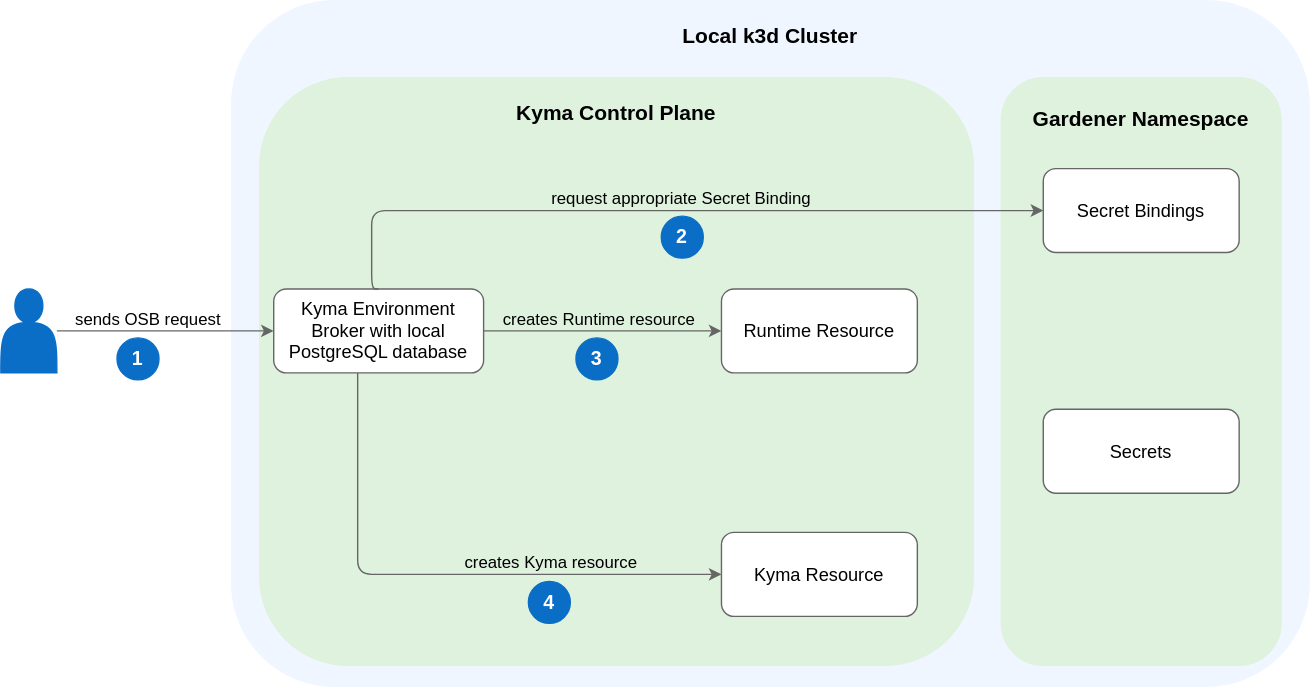
Before: docs/assets/local-keb-arch.drawio.svg, a diagram exported from draw.io (kyma-project/kyma-environment-broker). Source tidied: cells renumbered, new cells last; positions are measured from the earlier drawing's top-left corner, leaving out a move shared by most shapes.
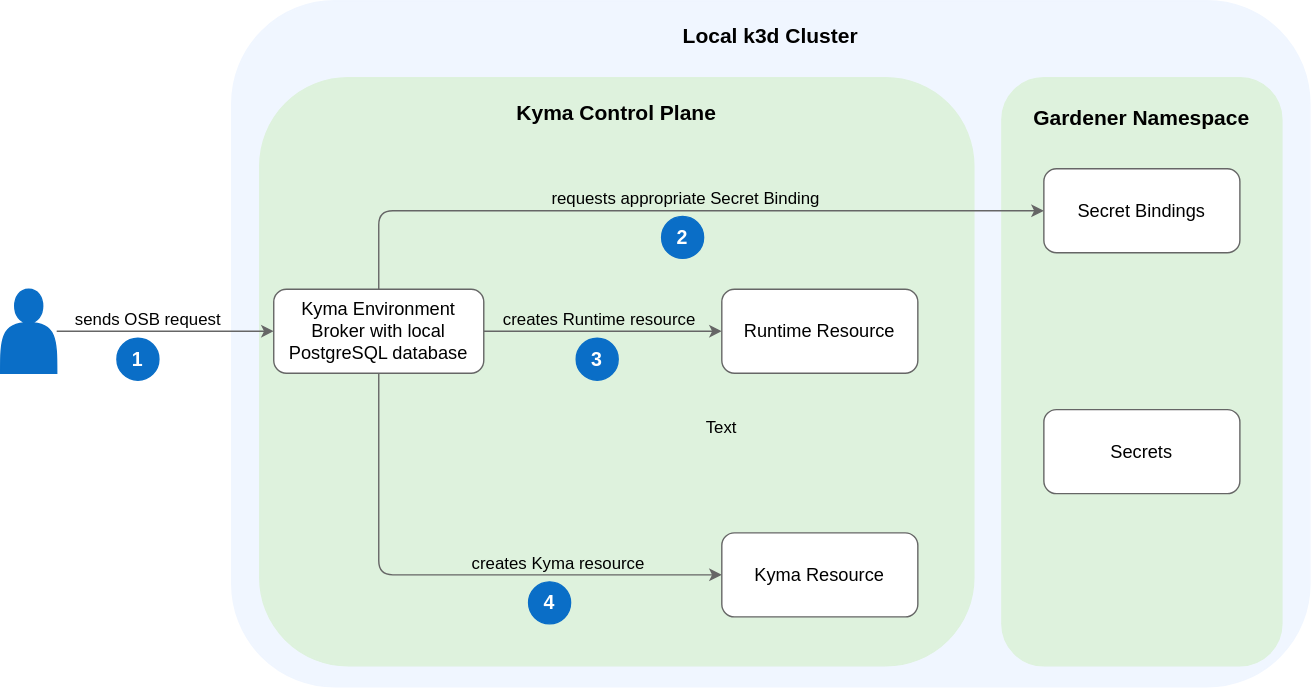
Above is the later version.

Commit message:
Change diagram description

Diff of the diagram source:
```diff
@@ -22,7 +22,7 @@
     <mxCell id="7" style="edgeStyle=orthogonalEdgeStyle;rounded=1;jettySize=auto;html=1;entryX=0;entryY=0.5;entryDx=0;entryDy=0;strokeColor=#666666;" parent="1" edge="1" source="9" target="20">
       <mxGeometry relative="1" as="geometry">
         <Array as="points">
-          <mxPoint x="255" y="410" />
+          <mxPoint x="270" y="410" />
         </Array>
       </mxGeometry>
     </mxCell>
@@ -74,11 +74,11 @@
     <mxCell id="23" style="edgeStyle=orthogonalEdgeStyle;rounded=1;jettySize=auto;html=1;entryX=0;entryY=0.5;entryDx=0;entryDy=0;strokeColor=#666666;exitX=0.5;exitY=0;exitDx=0;exitDy=0;" parent="1" edge="1" source="9" target="21">
       <mxGeometry relative="1" as="geometry">
         <Array as="points">
-          <mxPoint x="265" y="150" />
+          <mxPoint x="270" y="150" />
         </Array>
       </mxGeometry>
     </mxCell>
-    <mxCell id="24" value="&lt;font style=&quot;font-size: 12px;&quot;&gt;request appropriate Secret Binding&lt;/font&gt;" style="edgeLabel;html=1;align=center;verticalAlign=bottom;labelBackgroundColor=none;" parent="23" vertex="1">
+    <mxCell id="24" value="&lt;font style=&quot;font-size: 12px;&quot;&gt;requests appropriate Secret Binding&lt;/font&gt;" style="edgeLabel;html=1;align=center;verticalAlign=bottom;labelBackgroundColor=none;" parent="23" vertex="1">
       <mxGeometry x="0.39" relative="1" as="geometry">
         <mxPoint x="-96" as="offset" />
       </mxGeometry>
@@ -86,5 +86,8 @@
     <mxCell id="25" value="&lt;font color=&quot;#ffffff&quot; size=&quot;1&quot;&gt;&lt;b style=&quot;font-size: 14px;&quot;&gt;2&lt;/b&gt;&lt;/font&gt;" style="ellipse;whiteSpace=wrap;html=1;fontSize=12;fillColor=#0a6ec7;strokeColor=#0a6ec7;" parent="1" vertex="1">
       <mxGeometry x="472" y="154" width="30" height="30" as="geometry" />
     </mxCell>
+    <mxCell id="26" value="Text" style="text;strokeColor=none;align=center;fillColor=none;html=1;verticalAlign=middle;whiteSpace=wrap;rounded=0;" parent="1" vertex="1">
+      <mxGeometry x="485" y="290" width="60" height="30" as="geometry" />
+    </mxCell>
   </root>
 </mxGraphModel>
```
